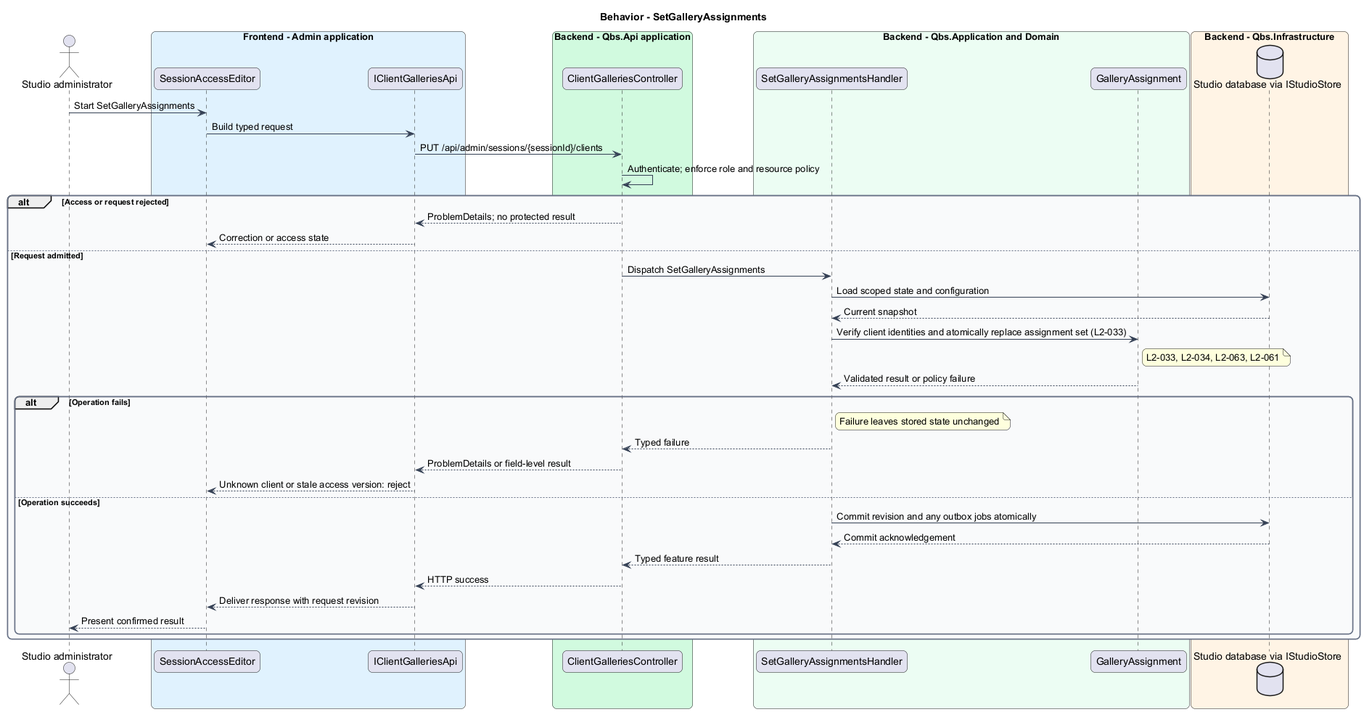
The PlantUML diagram docs/detailed-designs/client-access/assign-and-view-session-galleries/diagrams/sequence-set-gallery-assignments.png in QuinntyneBrown/quinntyne-brown-studio, before a commit. Source of this version:
```plantuml
@startuml
skinparam backgroundColor #FFFFFF
skinparam shadowing false
skinparam roundcorner 12
skinparam defaultFontName Arial
skinparam ArrowColor #344054
skinparam rectangle {
  BorderColor #344054
  FontColor #101828
}
skinparam package {
  BorderColor #667085
  FontColor #101828
  BackgroundColor #F9FAFB
}
title Behavior - SetGalleryAssignments
actor "Studio administrator" as actor
box "Frontend - Admin application" #E0F2FE
 participant "SessionAccessEditor" as page
 participant "IClientGalleriesApi" as client
end box
box "Backend - Qbs.Api application" #D1FADF
 participant "ClientGalleriesController" as controller
end box
box "Backend - Qbs.Application and Domain" #ECFDF3
 participant "SetGalleryAssignmentsHandler" as handler
 participant "GalleryAssignment" as entity
end box
box "Backend - Qbs.Infrastructure" #FFF4E5
 database "Studio database via IStudioStore" as db
end box
actor -> page : Start SetGalleryAssignments
page -> client : Build typed request
client -> controller : PUT /api/admin/sessions/{sessionId}/clients
controller -> controller : Authenticate; enforce role and resource policy
alt Access or request rejected
controller --> client : ProblemDetails; no protected result
client --> page : Correction or access state
else Request admitted
controller -> handler : Dispatch SetGalleryAssignments
handler -> db : Load scoped state and configuration
db --> handler : Current snapshot
handler -> entity : Verify client identities and atomically replace assignment set (L2-033)
note right of entity
L2-033, L2-034, L2-063, L2-061
end note
entity --> handler : Validated result or policy failure
alt Operation fails
note right of handler : Failure leaves stored state unchanged
handler --> controller : Typed failure
controller --> client : ProblemDetails or field-level result
client --> page : Unknown client or stale access version: reject
else Operation succeeds
handler -> db : Commit revision and any outbox jobs atomically
db --> handler : Commit acknowledgement
handler --> controller : Typed feature result
controller --> client : HTTP success
client --> page : Deliver response with request revision
page --> actor : Present confirmed result
end
end
@enduml
```
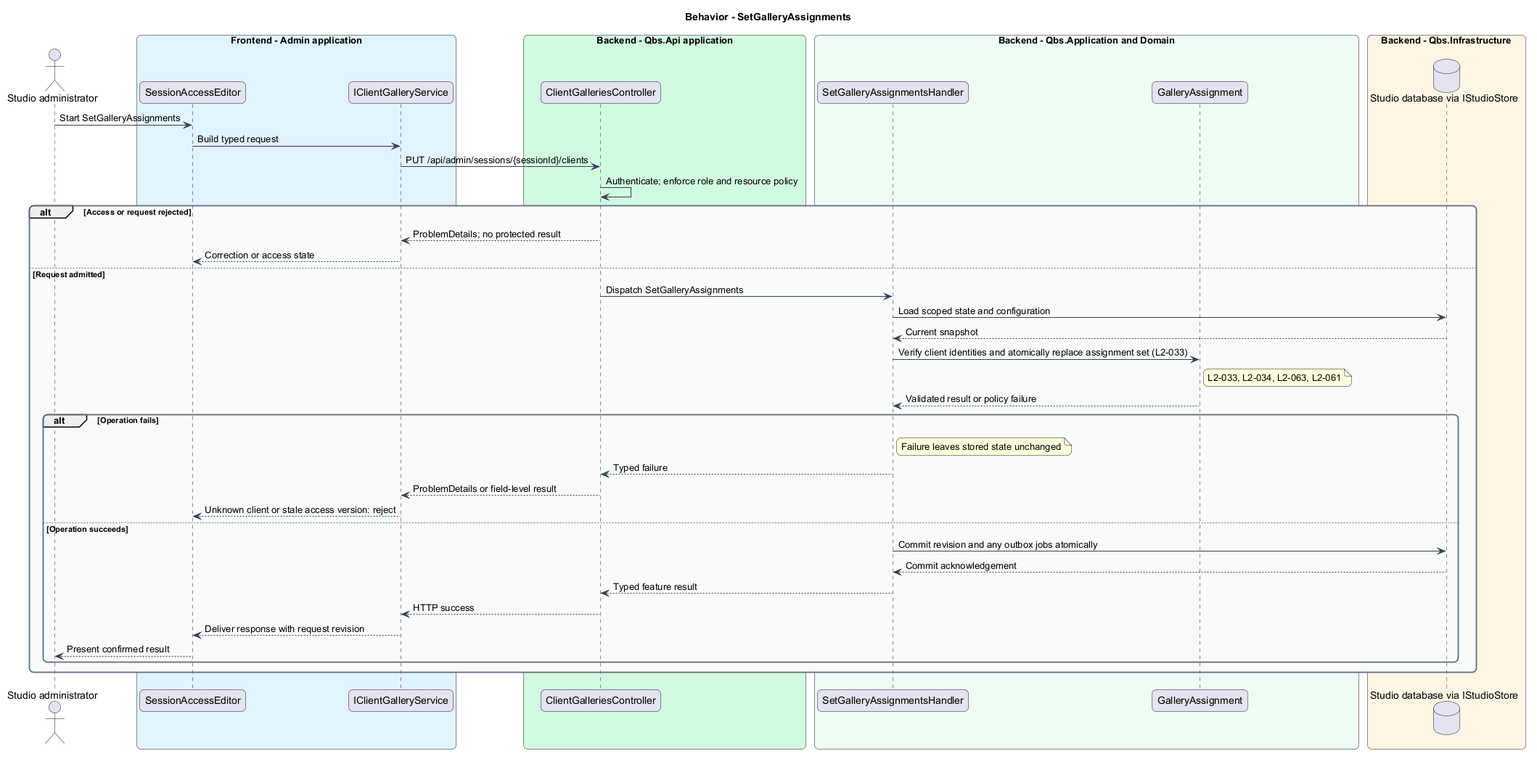
Above is the later version.

Diff of the diagram source:
```diff
@@ -17,7 +17,7 @@
 actor "Studio administrator" as actor
 box "Frontend - Admin application" #E0F2FE
  participant "SessionAccessEditor" as page
- participant "IClientGalleriesApi" as client
+ participant "IClientGalleryService" as client
 end box
 box "Backend - Qbs.Api application" #D1FADF
  participant "ClientGalleriesController" as controller
```
